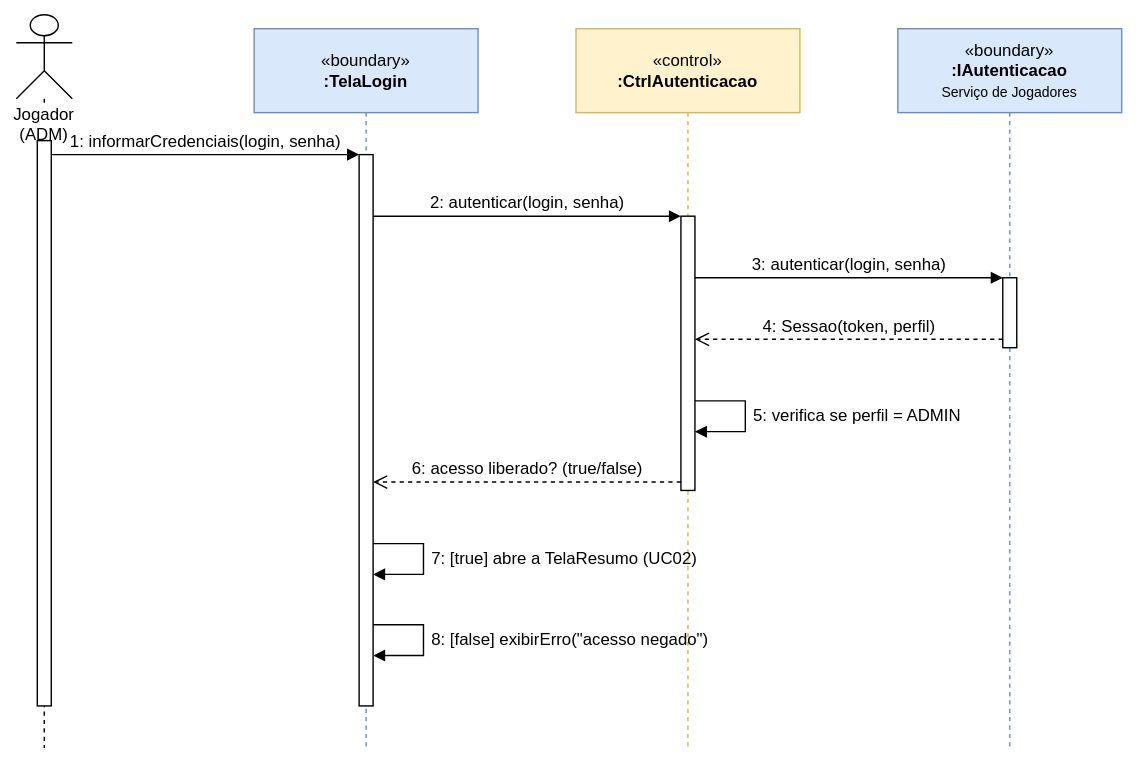
The draw.io diagram 04-diagramas-de-sequencia/sq01-autenticar-administrador.drawio.svg in S03-2026-2/Painel-ADM, before a commit. Source tidied: cells renumbered, new cells last; positions are measured from the earlier drawing's top-left corner, leaving out a move shared by most shapes.
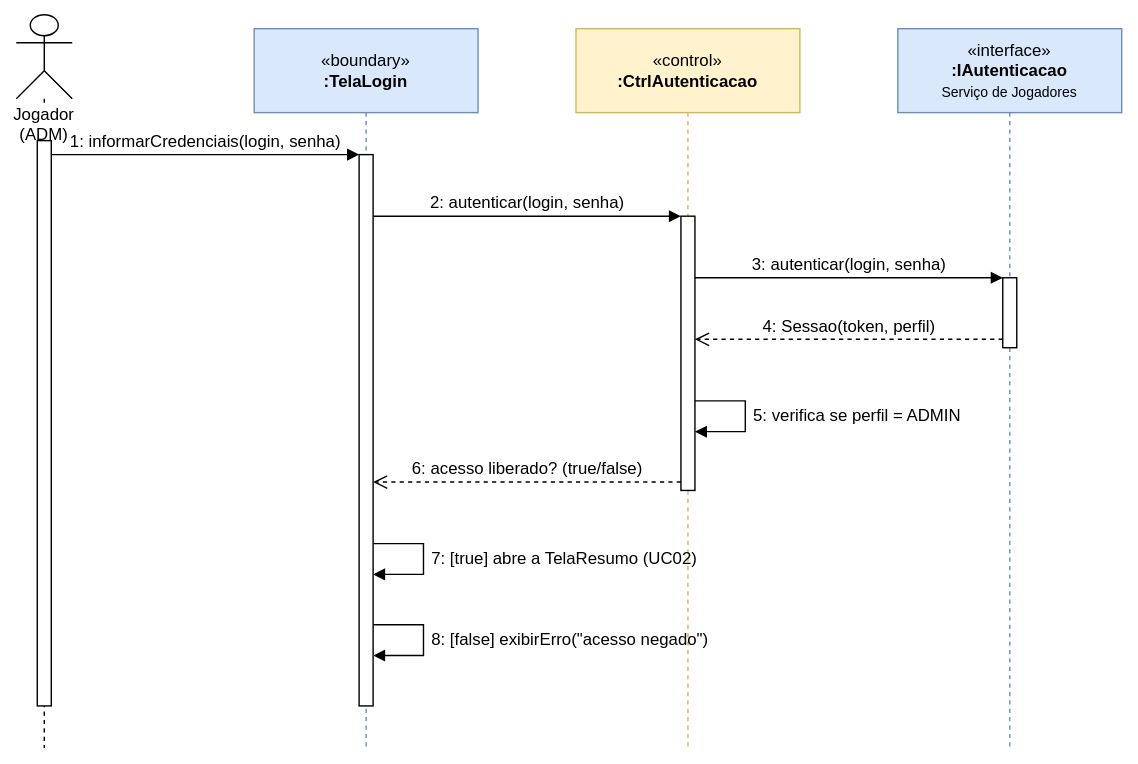
The same file after the commit.

What changed in the source:
```diff
@@ -11,7 +11,7 @@
     <mxCell id="4" value="«control»&lt;br&gt;&lt;b&gt;:CtrlAutenticacao&lt;/b&gt;" style="shape=umlLifeline;perimeter=lifelinePerimeter;whiteSpace=wrap;html=1;size=60;fontFamily=Helvetica;fontSize=12;fillColor=#fff2cc;strokeColor=#d6b656;" parent="1" vertex="1">
       <mxGeometry x="400" y="10" width="160" height="514" as="geometry" />
     </mxCell>
-    <mxCell id="5" value="«boundary»&lt;br&gt;&lt;b&gt;:IAutenticacao&lt;/b&gt;&lt;br&gt;&lt;font style=&quot;font-size:10px&quot;&gt;Serviço de Jogadores&lt;/font&gt;" style="shape=umlLifeline;perimeter=lifelinePerimeter;whiteSpace=wrap;html=1;size=60;fontFamily=Helvetica;fontSize=12;fillColor=#dae8fc;strokeColor=#6c8ebf;" parent="1" vertex="1">
+    <mxCell id="5" value="«interface»&lt;br&gt;&lt;b&gt;:IAutenticacao&lt;/b&gt;&lt;br&gt;&lt;font style=&quot;font-size:10px&quot;&gt;Serviço de Jogadores&lt;/font&gt;" style="shape=umlLifeline;perimeter=lifelinePerimeter;whiteSpace=wrap;html=1;size=60;fontFamily=Helvetica;fontSize=12;fillColor=#dae8fc;strokeColor=#6c8ebf;" parent="1" vertex="1">
       <mxGeometry x="630" y="10" width="160" height="514" as="geometry" />
     </mxCell>
     <mxCell id="6" style="html=1;perimeter=orthogonalPerimeter;fillColor=#ffffff;strokeColor=#000000;" parent="1" vertex="1">
```
